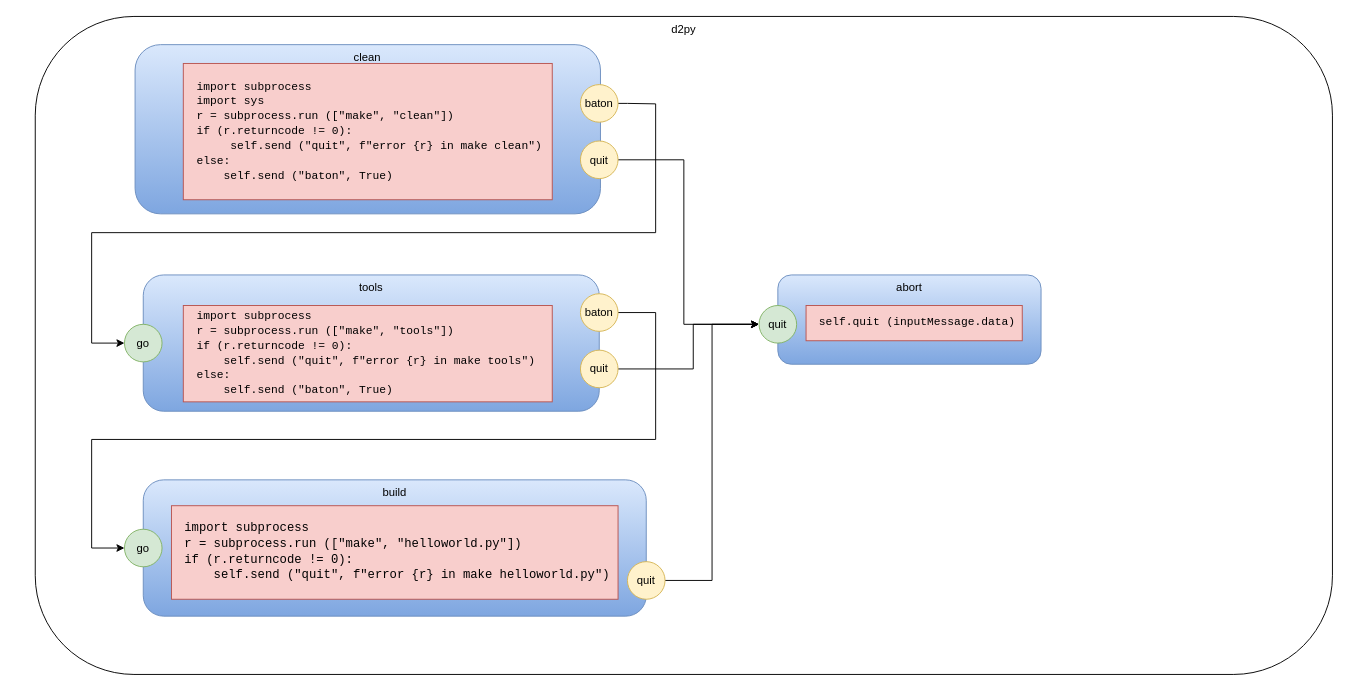
guitarvydas/das keeps this draw.io diagram as d2py.drawio. Above is the earlier version. Source tidied: cells renumbered, new cells numbered last; positions are measured from the earlier drawing's top-left corner, leaving out a move shared by most shapes. Both pictures are drawn from the tidied source at 94%, with x=0, y=0 at pixel (35, 16).
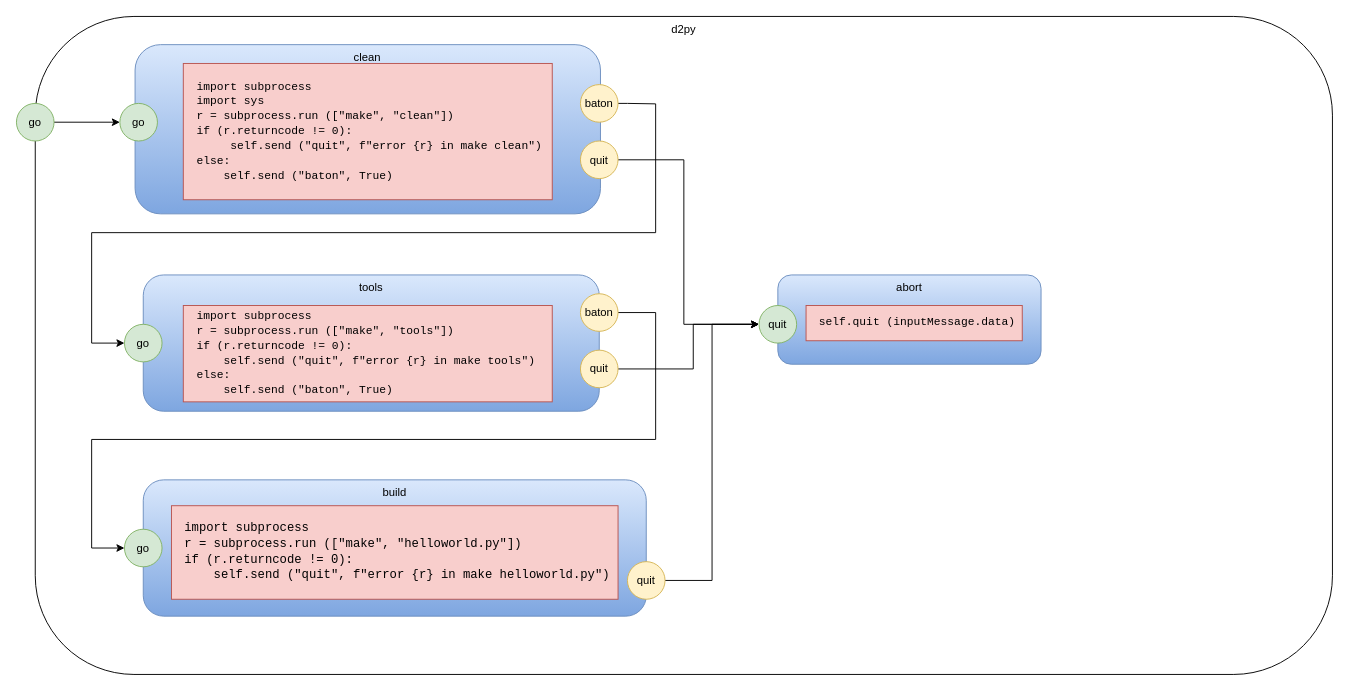
The same page after the edit.

Commit message (it also covers changes not shown here):
go pin on top

What changed in the source:
```diff
@@
+    <mxCell id="24" value="go" style="ellipse;whiteSpace=wrap;html=1;fillColor=#d5e8d4;strokeColor=#82b366;" parent="1" vertex="1">
+      <mxGeometry x="90" y="92.5" width="40" height="40" as="geometry" />
+    </mxCell>
+    <mxCell id="25" style="edgeStyle=orthogonalEdgeStyle;rounded=0;jettySize=auto;html=1;exitX=1;exitY=0.5;exitDx=0;exitDy=0;entryX=0;entryY=0.5;entryDx=0;entryDy=0;" parent="1" edge="1" source="26" target="24">
+      <mxGeometry relative="1" as="geometry" />
+    </mxCell>
+    <mxCell id="26" value="go" style="ellipse;whiteSpace=wrap;html=1;fillColor=#d5e8d4;strokeColor=#82b366;" parent="1" vertex="1">
+      <mxGeometry x="-20" y="92.5" width="40" height="40" as="geometry" />
+    </mxCell>
```
